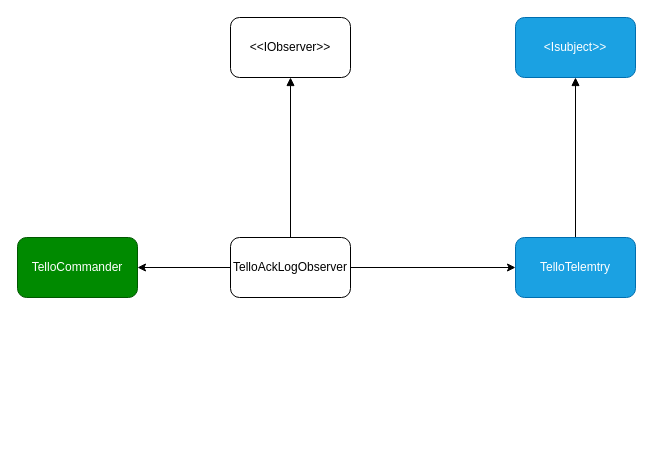
Above: page "TelloAckObserver" (5 of 8) of docs/TelloDriver.drawio in GalBrandwine/tello_driver (draw.io), before the change. Source tidied: cells renumbered, new cells numbered last; positions are measured from the earlier drawing's top-left corner, leaving out a move shared by most shapes. Both pictures are drawn from the tidied source at 100%, with x=0, y=0 at pixel (17, 17).
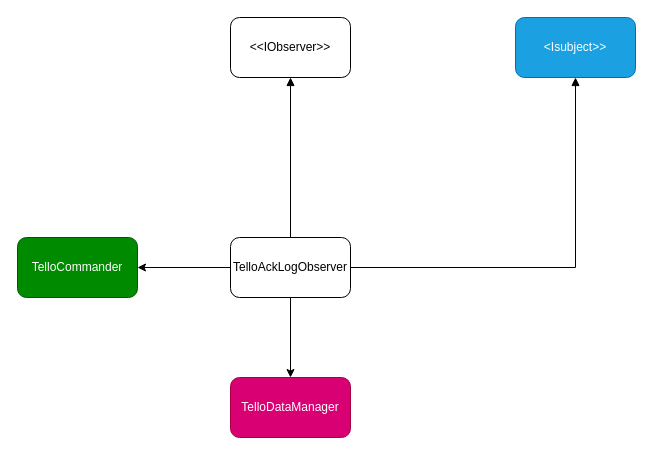
Above is the later version.

Change to the diagram source:
```diff
@@
 <mxGraphModel>
   <root>
     <mxCell id="0" />
     <mxCell id="1" parent="0" />
     <mxCell id="2" style="edgeStyle=orthogonalEdgeStyle;rounded=0;jettySize=auto;html=1;endArrow=block;endFill=1;" parent="1" edge="1" source="5" target="6">
       <mxGeometry relative="1" as="geometry" />
     </mxCell>
-    <mxCell id="3" style="edgeStyle=orthogonalEdgeStyle;rounded=0;jettySize=auto;html=1;endArrow=classic;endFill=1;" parent="1" edge="1" source="5" target="8">
-      <mxGeometry relative="1" as="geometry" />
-    </mxCell>
     <mxCell id="4" style="edgeStyle=orthogonalEdgeStyle;rounded=0;jettySize=auto;html=1;startArrow=classic;startFill=1;endArrow=none;endFill=0;entryX=0;entryY=0.5;entryDx=0;entryDy=0;" parent="1" edge="1" source="10" target="5">
       <mxGeometry relative="1" as="geometry" />
     </mxCell>
+    <mxCell id="11" style="edgeStyle=orthogonalEdgeStyle;rounded=0;jettySize=auto;html=1;" parent="1" edge="1" source="5" target="12">
+      <mxGeometry relative="1" as="geometry" />
+    </mxCell>
     <mxCell id="5" value="TelloAckLogObserver" style="whiteSpace=wrap;html=1;rounded=1;" parent="1" vertex="1">
       <mxGeometry x="213" y="220" width="120" height="60" as="geometry" />
     </mxCell>
     <mxCell id="6" value="&amp;lt;&amp;lt;IObserver&amp;gt;&amp;gt;" style="whiteSpace=wrap;html=1;rounded=1;" parent="1" vertex="1">
       <mxGeometry x="213" width="120" height="60" as="geometry" />
     </mxCell>
-    <mxCell id="7" style="edgeStyle=orthogonalEdgeStyle;rounded=0;jettySize=auto;html=1;endArrow=block;endFill=1;" parent="1" edge="1" source="8" target="9">
+    <mxCell id="7" style="edgeStyle=orthogonalEdgeStyle;rounded=0;jettySize=auto;html=1;endArrow=block;endFill=1;exitX=1;exitY=0.5;exitDx=0;exitDy=0;" parent="1" edge="1" source="5" target="9">
       <mxGeometry relative="1" as="geometry" />
     </mxCell>
-    <mxCell id="8" value="TelloTelemtry" style="whiteSpace=wrap;html=1;rounded=1;fillColor=#1ba1e2;strokeColor=#006EAF;fontColor=#ffffff;" parent="1" vertex="1">
-      <mxGeometry x="498" y="220" width="120" height="60" as="geometry" />
-    </mxCell>
     <mxCell id="9" value="&amp;lt;Isubject&amp;gt;&amp;gt;" style="whiteSpace=wrap;html=1;rounded=1;fillColor=#1ba1e2;strokeColor=#006EAF;fontColor=#ffffff;" parent="1" vertex="1">
       <mxGeometry x="498" width="120" height="60" as="geometry" />
     </mxCell>
     <mxCell id="10" value="TelloCommander" style="whiteSpace=wrap;html=1;rounded=1;fillColor=#008a00;strokeColor=#005700;fontColor=#ffffff;" parent="1" vertex="1">
       <mxGeometry y="220" width="120" height="60" as="geometry" />
     </mxCell>
+    <mxCell id="12" value="TelloDataManager" style="whiteSpace=wrap;html=1;rounded=1;fillColor=#d80073;strokeColor=#A50040;fontColor=#ffffff;" parent="1" vertex="1">
+      <mxGeometry x="213" y="360" width="120" height="60" as="geometry" />
+    </mxCell>
   </root>
 </mxGraphModel>
```
